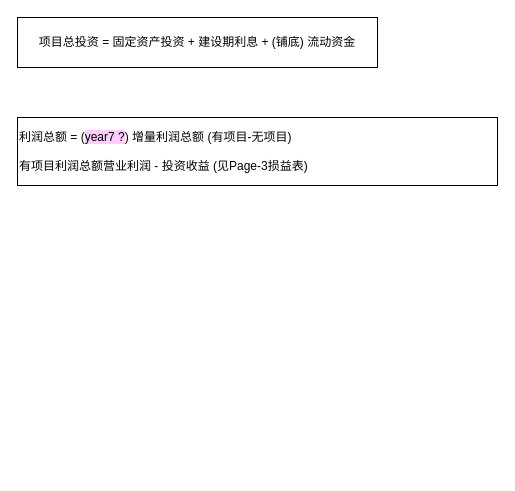
Yatttin/attention-nmt keeps this draw.io diagram as page "Page-7" (6 of 8) of Untitled Diagram.drawio. Above is the earlier version. Source tidied: cells renumbered, new cells numbered last; positions are measured from the earlier drawing's top-left corner, leaving out a move shared by most shapes. Both pictures are drawn from the tidied source at 100%, with x=0, y=0 at pixel (17, 17).
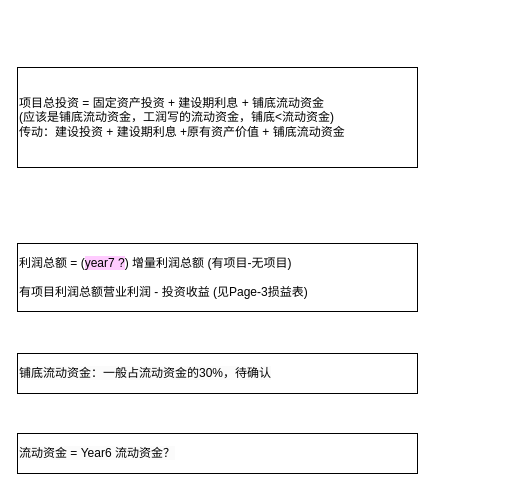
After the change.

What changed in the source:
```diff
@@
 <mxGraphModel>
   <root>
     <mxCell id="0" />
     <mxCell id="1" parent="0" />
-    <mxCell id="2" value="项目总投资 = 固定资产投资 + 建设期利息 + (铺底) 流动资金" style="rounded=0;whiteSpace=wrap;html=1;" parent="1" vertex="1">
-      <mxGeometry width="360" height="50" as="geometry" />
+    <mxCell id="2" value="项目总投资 = 固定资产投资 + 建设期利息 + 铺底流动资金&lt;br&gt;(应该是铺底流动资金，工润写的流动资金，铺底&amp;lt;流动资金)&lt;br&gt;&lt;font style=&quot;border-color: var(--border-color);&quot; class=&quot;font5&quot;&gt;传动：建设投资 +&amp;nbsp;&lt;/font&gt;建设期利息 +原有资产价值 + 铺底流动资金" style="rounded=0;whiteSpace=wrap;html=1;align=left;" parent="1" vertex="1">
+      <mxGeometry y="50" width="400" height="100" as="geometry" />
     </mxCell>
     <mxCell id="3" value="利润总额 = (&lt;span style=&quot;background-color: rgb(255, 204, 255);&quot;&gt;year7 ?&lt;/span&gt;) 增量利润总额 (有项目-无项目)&lt;br&gt;&lt;br&gt;有项目利润总额营业利润 - 投资收益 (见Page-3损益表)" style="rounded=0;whiteSpace=wrap;html=1;align=left;" parent="1" vertex="1">
-      <mxGeometry y="100" width="480" height="68" as="geometry" />
+      <mxGeometry y="226" width="400" height="68" as="geometry" />
     </mxCell>
+    <mxCell id="4" value="&lt;span style=&quot;color: rgb(0, 0, 0); font-family: Helvetica; font-style: normal; font-variant-ligatures: normal; font-variant-caps: normal; font-weight: 400; letter-spacing: normal; orphans: 2; text-indent: 0px; text-transform: none; widows: 2; word-spacing: 0px; -webkit-text-stroke-width: 0px; background-color: rgb(251, 251, 251); text-decoration-thickness: initial; text-decoration-style: initial; text-decoration-color: initial; float: none; display: inline !important;&quot;&gt;&lt;font style=&quot;font-size: 12px;&quot;&gt;铺底流动资金：一般占流动资金的30%，待确认&lt;/font&gt;&lt;/span&gt;" style="text;whiteSpace=wrap;html=1;align=left;verticalAlign=middle;fillColor=default;strokeColor=default;" parent="1" vertex="1">
+      <mxGeometry y="336" width="400" height="40" as="geometry" />
+    </mxCell>
+    <mxCell id="5" value="&lt;span style=&quot;color: rgb(0, 0, 0); font-family: Helvetica; font-style: normal; font-variant-ligatures: normal; font-variant-caps: normal; font-weight: 400; letter-spacing: normal; orphans: 2; text-indent: 0px; text-transform: none; widows: 2; word-spacing: 0px; -webkit-text-stroke-width: 0px; background-color: rgb(251, 251, 251); text-decoration-thickness: initial; text-decoration-style: initial; text-decoration-color: initial; float: none; display: inline !important;&quot;&gt;&lt;font style=&quot;font-size: 12px;&quot;&gt;流动资金 = Year6 流动资金？&lt;/font&gt;&lt;/span&gt;" style="text;whiteSpace=wrap;html=1;align=left;verticalAlign=middle;fillColor=default;strokeColor=default;" parent="1" vertex="1">
+      <mxGeometry y="416" width="400" height="40" as="geometry" />
+    </mxCell>
   </root>
 </mxGraphModel>
```
